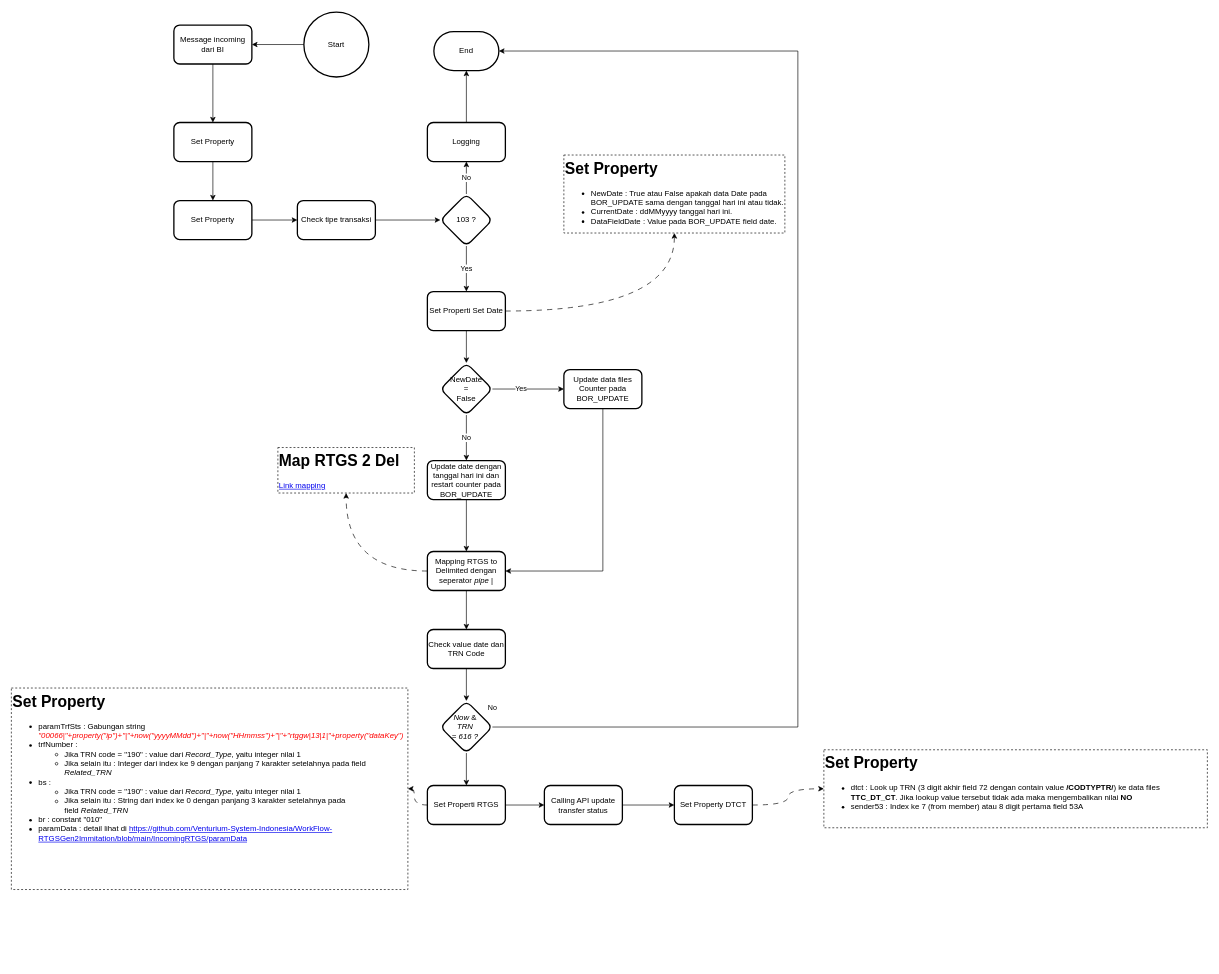
Venturium-System-Indonesia/WorkFlow-RTGSGen2Immitation keeps this draw.io diagram as Untitled Diagram.drawio. Above is the earlier version. Source tidied: cells renumbered, new cells numbered last; positions are measured from the earlier drawing's top-left corner, leaving out a move shared by most shapes. Both pictures are drawn from the tidied source at 65%, with x=0, y=0 at pixel (11, 12).
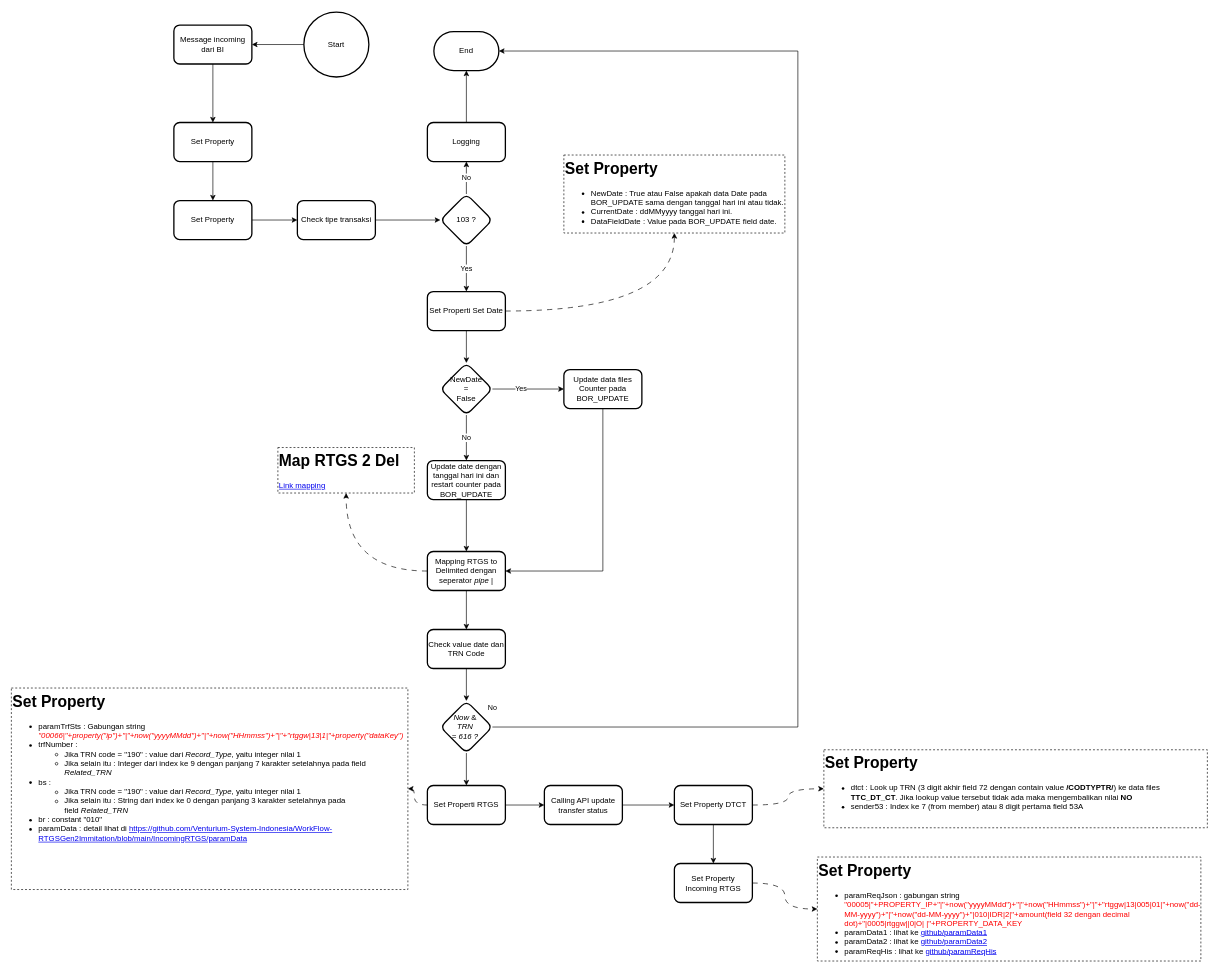
Above is the later version.

Commit message:
Add property DTCT

The change refers to these unchanged cells:
```xml
<mxCell id="46" value="Set Property DTCT" style="whiteSpace=wrap;html=1;rounded=1;strokeWidth=2;" parent="1" vertex="1">
  <mxGeometry x="1020" y="1190" width="120" height="60" as="geometry" />
</mxCell>
```

What changed in the source:
```diff
@@
+    <mxCell id="48" style="edgeStyle=orthogonalEdgeStyle;rounded=0;jettySize=auto;html=1;" parent="1" edge="1" source="46" target="50">
+      <mxGeometry relative="1" as="geometry" />
+    </mxCell>
@@
+    <mxCell id="49" style="edgeStyle=orthogonalEdgeStyle;rounded=0;jettySize=auto;html=1;curved=1;dashed=1;dashPattern=8 8;" parent="1" edge="1" source="50" target="51">
+      <mxGeometry relative="1" as="geometry" />
+    </mxCell>
+    <mxCell id="50" value="Set Property Incoming RTGS" style="whiteSpace=wrap;html=1;rounded=1;strokeWidth=2;" parent="1" vertex="1">
+      <mxGeometry x="1020" y="1310" width="120" height="60" as="geometry" />
+    </mxCell>
+    <mxCell id="51" value="&lt;h1 style=&quot;margin-top: 0px;&quot;&gt;Set Property&lt;/h1&gt;&lt;p&gt;&lt;/p&gt;&lt;ul&gt;&lt;li&gt;paramReqJson : gabungan string &lt;font style=&quot;color: rgb(255, 0, 0);&quot;&gt;&quot;00005|&quot;+PROPERTY_IP+&quot;|&quot;+now(&quot;yyyyMMdd&quot;)+&quot;|&quot;+now(&quot;HHmmss&quot;)+&quot;|&quot;+&quot;rtggw|13|005|01|&quot;+now(&quot;dd-MM-yyyy&quot;)+&quot;|&quot;+now(&quot;dd-MM-yyyy&quot;)+&quot;|010|IDR|2|&quot;+amount(field 32 dengan decimal dot)+&quot;|0005|rtggw||0|O| |&quot;+PROPERTY_DATA_KEY&lt;br&gt;&lt;/font&gt;&lt;/li&gt;&lt;li&gt;paramData1 : lihat ke &lt;a href=&quot;https://github.com/Venturium-System-Indonesia/WorkFlow-RTGSGen2Immitation/blob/main/IncomingRTGS/setPropIncRTGS-paramData1&quot;&gt;github/paramData1&lt;/a&gt;&lt;/li&gt;&lt;li&gt;paramData2 : lihat ke &lt;a href=&quot;https://github.com/Venturium-System-Indonesia/WorkFlow-RTGSGen2Immitation/blob/main/IncomingRTGS/setPropIncRTGS-paramData2&quot;&gt;github/paramData2&lt;/a&gt;&lt;/li&gt;&lt;li&gt;paramReqHis : lihat ke &lt;a href=&quot;https://github.com/Venturium-System-Indonesia/WorkFlow-RTGSGen2Immitation/blob/main/IncomingRTGS/setPropIncRTGS-paramReqHis&quot;&gt;github/paramReqHis&lt;/a&gt;&lt;/li&gt;&lt;/ul&gt;&lt;p&gt;&lt;/p&gt;" style="text;html=1;whiteSpace=wrap;overflow=hidden;rounded=0;dashed=1;strokeColor=default;" parent="1" vertex="1">
+      <mxGeometry x="1240" y="1300" width="590" height="160" as="geometry" />
+    </mxCell>
```
